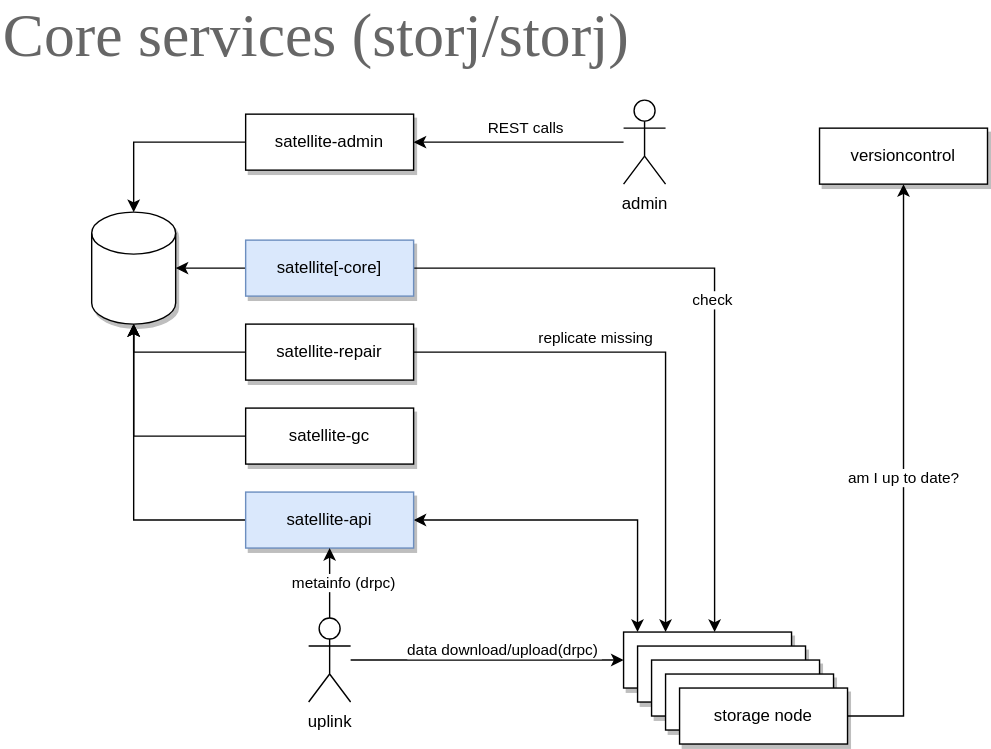
Earlier version of the draw.io export docs/core.svg (storj/illustrated). Source tidied: cells renumbered, new cells last; positions are measured from the earlier drawing's top-left corner, leaving out a move shared by most shapes.
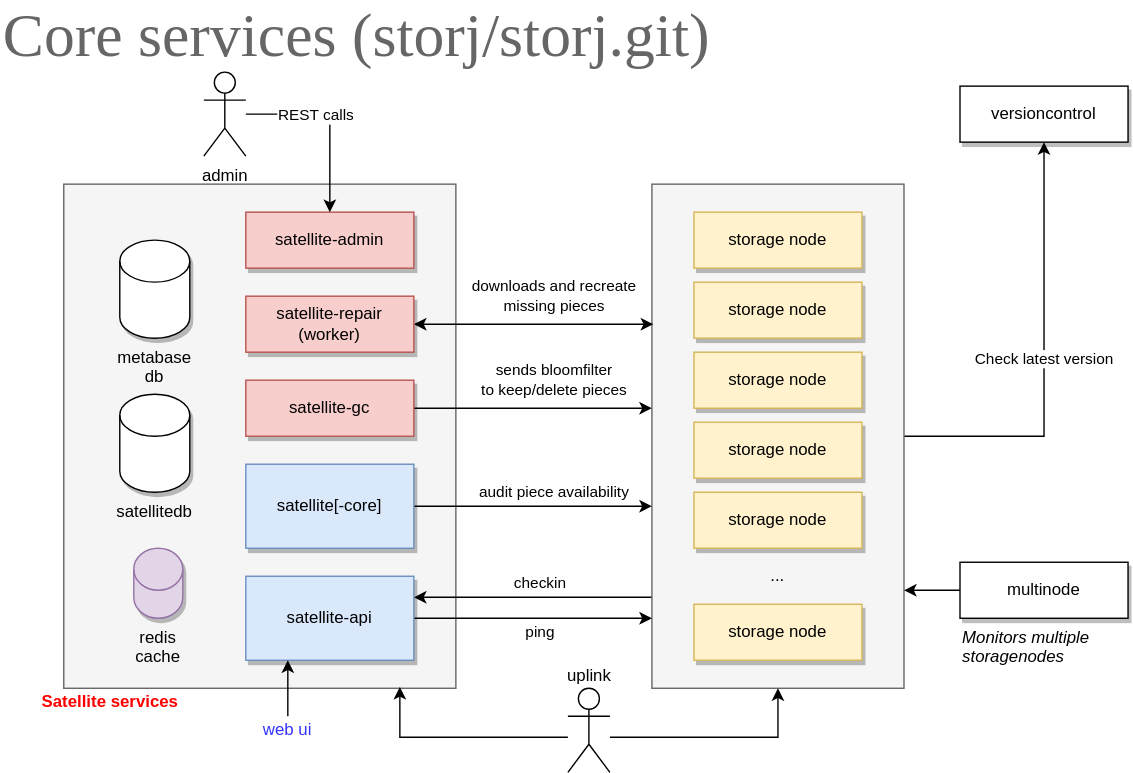
After the change.

Commit message:
satellite/api: separated satellite-api and improved satellite diagrams(#5)

Change to the diagram source:
```diff
@@ -2,94 +2,166 @@
   <root>
     <mxCell id="0" />
     <mxCell id="1" parent="0" />
-    <mxCell id="2" style="edgeStyle=orthogonalEdgeStyle;rounded=0;jettySize=auto;html=1;entryX=0.5;entryY=1;entryDx=0;entryDy=0;entryPerimeter=0;" parent="1" edge="1" source="4" target="19">
-      <mxGeometry relative="1" as="geometry" />
-    </mxCell>
-    <mxCell id="3" style="edgeStyle=orthogonalEdgeStyle;rounded=0;jettySize=auto;html=1;entryX=0.083;entryY=0;entryDx=0;entryDy=0;entryPerimeter=0;startArrow=classic;startFill=1;" parent="1" edge="1" source="4" target="10">
-      <mxGeometry relative="1" as="geometry" />
-    </mxCell>
+    <mxCell id="29" style="rounded=0;whiteSpace=wrap;html=1;verticalAlign=bottom;fillColor=#f5f5f5;strokeColor=#666666;fontColor=#333333;" parent="1" vertex="1">
+      <mxGeometry x="45" y="130" width="280" height="360" as="geometry" />
+    </mxCell>
+    <mxCell id="30" value="Check latest version" style="edgeStyle=orthogonalEdgeStyle;rounded=0;jettySize=auto;html=1;" parent="1" edge="1" source="32" target="22">
+      <mxGeometry relative="1" as="geometry">
+        <Array as="points">
+          <mxPoint x="745" y="310" />
+        </Array>
+      </mxGeometry>
+    </mxCell>
+    <mxCell id="31" value="checkin" style="edgeStyle=orthogonalEdgeStyle;rounded=0;jettySize=auto;html=1;entryX=1;entryY=0.25;entryDx=0;entryDy=0;" parent="1" edge="1" source="32" target="4">
+      <mxGeometry x="-0.06" y="-10" relative="1" as="geometry">
+        <Array as="points">
+          <mxPoint x="365" y="425" />
+          <mxPoint x="365" y="425" />
+        </Array>
+      </mxGeometry>
+    </mxCell>
+    <mxCell id="32" style="rounded=0;whiteSpace=wrap;html=1;verticalAlign=bottom;fillColor=#f5f5f5;strokeColor=#666666;fontColor=#333333;" parent="1" vertex="1">
+      <mxGeometry x="465" y="130" width="180" height="360" as="geometry" />
+    </mxCell>
+    <mxCell id="33" value="ping" style="edgeStyle=orthogonalEdgeStyle;rounded=0;jettySize=auto;html=1;" parent="1" edge="1" source="4" target="32">
+      <mxGeometry x="0.06" y="-10" relative="1" as="geometry">
+        <Array as="points">
+          <mxPoint x="425" y="440" />
+          <mxPoint x="425" y="440" />
+        </Array>
+      </mxGeometry>
+    </mxCell>
     <mxCell id="4" value="satellite-api" style="rounded=0;whiteSpace=wrap;html=1;shadow=1;fillColor=#dae8fc;strokeColor=#6c8ebf;" parent="1" vertex="1">
-      <mxGeometry x="175" y="350" width="120" height="40" as="geometry" />
+      <mxGeometry x="175" y="410" width="120" height="60" as="geometry" />
     </mxCell>
-    <mxCell id="5" style="edgeStyle=orthogonalEdgeStyle;rounded=0;jettySize=auto;html=1;entryX=1;entryY=0.5;entryDx=0;entryDy=0;entryPerimeter=0;" parent="1" edge="1" source="7" target="19">
-      <mxGeometry relative="1" as="geometry" />
-    </mxCell>
-    <mxCell id="6" value="check&amp;nbsp;" style="edgeStyle=orthogonalEdgeStyle;rounded=0;jettySize=auto;html=1;entryX=0.542;entryY=0;entryDx=0;entryDy=0;entryPerimeter=0;" parent="1" edge="1" source="7" target="10">
-      <mxGeometry relative="1" as="geometry" />
-    </mxCell>
+    <mxCell id="34" value="audit piece availability" style="edgeStyle=orthogonalEdgeStyle;rounded=0;jettySize=auto;html=1;fontColor=#000000;" parent="1" edge="1" source="7" target="32">
+      <mxGeometry x="0.18" y="10" relative="1" as="geometry">
+        <Array as="points">
+          <mxPoint x="425" y="360" />
+          <mxPoint x="425" y="360" />
+        </Array>
+      </mxGeometry>
+    </mxCell>
     <mxCell id="7" value="satellite[-core]" style="rounded=0;whiteSpace=wrap;html=1;shadow=1;fillColor=#dae8fc;strokeColor=#6c8ebf;" parent="1" vertex="1">
-      <mxGeometry x="175" y="170" width="120" height="40" as="geometry" />
+      <mxGeometry x="175" y="330" width="120" height="60" as="geometry" />
     </mxCell>
-    <mxCell id="8" style="edgeStyle=orthogonalEdgeStyle;rounded=0;jettySize=auto;html=1;entryX=0.5;entryY=0;entryDx=0;entryDy=0;entryPerimeter=0;" parent="1" edge="1" source="9" target="19">
-      <mxGeometry relative="1" as="geometry" />
-    </mxCell>
-    <mxCell id="9" value="satellite-admin" style="rounded=0;whiteSpace=wrap;html=1;shadow=1;" parent="1" vertex="1">
-      <mxGeometry x="175" y="80" width="120" height="40" as="geometry" />
+    <mxCell id="9" value="satellite-admin" style="rounded=0;whiteSpace=wrap;html=1;shadow=1;fillColor=#f8cecc;strokeColor=#b85450;" parent="1" vertex="1">
+      <mxGeometry x="175" y="150" width="120" height="40" as="geometry" />
     </mxCell>
-    <mxCell id="10" value="storage node" style="rounded=0;whiteSpace=wrap;html=1;shadow=1;" parent="1" vertex="1">
-      <mxGeometry x="445" y="450" width="120" height="40" as="geometry" />
+    <mxCell id="10" value="storage node" style="rounded=0;whiteSpace=wrap;html=1;shadow=1;fillColor=#fff2cc;strokeColor=#d6b656;" parent="1" vertex="1">
+      <mxGeometry x="495" y="300" width="120" height="40" as="geometry" />
     </mxCell>
-    <mxCell id="11" value="storage node" style="rounded=0;whiteSpace=wrap;html=1;shadow=1;" parent="1" vertex="1">
-      <mxGeometry x="455" y="460" width="120" height="40" as="geometry" />
+    <mxCell id="11" value="storage node" style="rounded=0;whiteSpace=wrap;html=1;shadow=1;fillColor=#fff2cc;strokeColor=#d6b656;" parent="1" vertex="1">
+      <mxGeometry x="495" y="250" width="120" height="40" as="geometry" />
     </mxCell>
-    <mxCell id="12" value="storage node" style="rounded=0;whiteSpace=wrap;html=1;shadow=1;" parent="1" vertex="1">
-      <mxGeometry x="465" y="470" width="120" height="40" as="geometry" />
+    <mxCell id="12" value="storage node" style="rounded=0;whiteSpace=wrap;html=1;shadow=1;fillColor=#fff2cc;strokeColor=#d6b656;" parent="1" vertex="1">
+      <mxGeometry x="495" y="200" width="120" height="40" as="geometry" />
     </mxCell>
-    <mxCell id="13" value="storage node" style="rounded=0;whiteSpace=wrap;html=1;shadow=1;" parent="1" vertex="1">
-      <mxGeometry x="475" y="480" width="120" height="40" as="geometry" />
+    <mxCell id="13" value="storage node" style="rounded=0;whiteSpace=wrap;html=1;shadow=1;fillColor=#fff2cc;strokeColor=#d6b656;" parent="1" vertex="1">
+      <mxGeometry x="495" y="150" width="120" height="40" as="geometry" />
     </mxCell>
-    <mxCell id="14" value="am I up to date?" style="edgeStyle=orthogonalEdgeStyle;rounded=0;jettySize=auto;html=1;" parent="1" edge="1" source="15" target="22">
-      <mxGeometry relative="1" as="geometry">
-        <Array as="points">
-          <mxPoint x="645" y="510" />
-        </Array>
-      </mxGeometry>
-    </mxCell>
-    <mxCell id="15" value="storage node" style="rounded=0;whiteSpace=wrap;html=1;shadow=1;" parent="1" vertex="1">
-      <mxGeometry x="485" y="490" width="120" height="40" as="geometry" />
-    </mxCell>
-    <mxCell id="16" value="metainfo (drpc)" style="edgeStyle=orthogonalEdgeStyle;rounded=0;jettySize=auto;html=1;" parent="1" edge="1" source="18" target="4">
-      <mxGeometry y="-10" relative="1" as="geometry" />
-    </mxCell>
-    <mxCell id="17" value="data download/upload(drpc)&amp;nbsp;" style="edgeStyle=orthogonalEdgeStyle;rounded=0;jettySize=auto;html=1;entryX=0;entryY=0.5;entryDx=0;entryDy=0;" parent="1" edge="1" source="18" target="10">
-      <mxGeometry x="0.13" y="7" relative="1" as="geometry" />
-    </mxCell>
+    <mxCell id="35" style="edgeStyle=orthogonalEdgeStyle;rounded=0;jettySize=auto;html=1;" parent="1" edge="1" source="18">
+      <mxGeometry relative="1" as="geometry">
+        <mxPoint x="285" y="489" as="targetPoint" />
+        <Array as="points">
+          <mxPoint x="285" y="525" />
+          <mxPoint x="285" y="489" />
+        </Array>
+      </mxGeometry>
+    </mxCell>
+    <mxCell id="36" style="edgeStyle=orthogonalEdgeStyle;rounded=0;jettySize=auto;html=1;" parent="1" edge="1" source="18" target="32">
+      <mxGeometry relative="1" as="geometry">
+        <Array as="points">
+          <mxPoint x="555" y="525" />
+        </Array>
+      </mxGeometry>
+    </mxCell>
-    <mxCell id="18" value="uplink" style="shape=umlActor;verticalLabelPosition=bottom;verticalAlign=top;html=1;outlineConnect=0;shadow=0;" parent="1" vertex="1">
-      <mxGeometry x="220" y="440" width="30" height="60" as="geometry" />
+    <mxCell id="18" value="uplink" style="shape=umlActor;verticalLabelPosition=top;verticalAlign=bottom;html=1;outlineConnect=0;shadow=0;labelPosition=center;align=center;" parent="1" vertex="1">
+      <mxGeometry x="405" y="490" width="30" height="60" as="geometry" />
     </mxCell>
-    <mxCell id="19" style="shape=cylinder3;whiteSpace=wrap;html=1;boundedLbl=1;backgroundOutline=1;size=15;shadow=1;" parent="1" vertex="1">
-      <mxGeometry x="65" y="150" width="60" height="80" as="geometry" />
+    <mxCell id="19" value="metabase db" style="shape=cylinder3;whiteSpace=wrap;html=1;boundedLbl=1;backgroundOutline=1;size=15;shadow=1;verticalAlign=top;labelPosition=center;verticalLabelPosition=bottom;align=center;" parent="1" vertex="1">
+      <mxGeometry x="85" y="170" width="50" height="70" as="geometry" />
     </mxCell>
     <mxCell id="20" value="REST calls" style="edgeStyle=orthogonalEdgeStyle;rounded=0;jettySize=auto;html=1;" parent="1" edge="1" source="21" target="9">
-      <mxGeometry x="-0.07" y="-10" relative="1" as="geometry" />
+      <mxGeometry x="-0.07" y="-10" relative="1" as="geometry">
+        <Array as="points">
+          <mxPoint x="235" y="80" />
+        </Array>
+      </mxGeometry>
     </mxCell>
     <mxCell id="21" value="admin" style="shape=umlActor;verticalLabelPosition=bottom;verticalAlign=top;html=1;outlineConnect=0;shadow=0;" parent="1" vertex="1">
-      <mxGeometry x="445" y="70" width="30" height="60" as="geometry" />
+      <mxGeometry x="145" y="50" width="30" height="60" as="geometry" />
     </mxCell>
     <mxCell id="22" value="versioncontrol" style="rounded=0;whiteSpace=wrap;html=1;shadow=1;" parent="1" vertex="1">
-      <mxGeometry x="585" y="90" width="120" height="40" as="geometry" />
+      <mxGeometry x="685" y="60" width="120" height="40" as="geometry" />
     </mxCell>
-    <mxCell id="23" value="&lt;font style=&quot;font-size: 44px&quot; face=&quot;Montserrat&quot;&gt;Core services (storj/storj)&lt;/font&gt;" style="text;html=1;strokeColor=none;fillColor=none;align=left;verticalAlign=middle;whiteSpace=wrap;rounded=0;fontColor=#666666;" parent="1" vertex="1">
-      <mxGeometry width="594" height="50" as="geometry" />
+    <mxCell id="23" value="&lt;font style=&quot;font-size: 44px&quot; face=&quot;Montserrat&quot;&gt;Core services (storj/storj.git)&lt;/font&gt;" style="text;html=1;strokeColor=none;fillColor=none;align=left;verticalAlign=middle;whiteSpace=wrap;rounded=0;fontColor=#666666;" parent="1" vertex="1">
+      <mxGeometry width="635" height="50" as="geometry" />
     </mxCell>
-    <mxCell id="24" style="edgeStyle=orthogonalEdgeStyle;rounded=0;jettySize=auto;html=1;" parent="1" edge="1" source="26" target="19">
-      <mxGeometry relative="1" as="geometry">
-        <Array as="points">
-          <mxPoint x="95" y="250" />
-        </Array>
-      </mxGeometry>
-    </mxCell>
-    <mxCell id="25" value="replicate missing" style="edgeStyle=orthogonalEdgeStyle;rounded=0;jettySize=auto;html=1;entryX=0.25;entryY=0;entryDx=0;entryDy=0;" parent="1" edge="1" source="26" target="10">
-      <mxGeometry x="-0.32" y="10" relative="1" as="geometry" />
-    </mxCell>
+    <mxCell id="37" value="downloads and recreate &lt;br&gt;missing pieces" style="edgeStyle=orthogonalEdgeStyle;rounded=0;jettySize=auto;html=1;fontColor=#000000;startArrow=classic;startFill=1;" parent="1" edge="1" source="26">
+      <mxGeometry x="0.17" y="20" relative="1" as="geometry">
+        <mxPoint x="466" y="230" as="targetPoint" />
+        <Array as="points">
+          <mxPoint x="466" y="230" />
+        </Array>
+      </mxGeometry>
+    </mxCell>
-    <mxCell id="26" value="satellite-repair" style="rounded=0;whiteSpace=wrap;html=1;shadow=1;" parent="1" vertex="1">
-      <mxGeometry x="175" y="230" width="120" height="40" as="geometry" />
+    <mxCell id="26" value="satellite-repair&lt;br&gt;(worker)" style="rounded=0;whiteSpace=wrap;html=1;shadow=1;fillColor=#f8cecc;strokeColor=#b85450;" parent="1" vertex="1">
+      <mxGeometry x="175" y="210" width="120" height="40" as="geometry" />
     </mxCell>
-    <mxCell id="27" style="edgeStyle=orthogonalEdgeStyle;rounded=0;jettySize=auto;html=1;" parent="1" edge="1" source="28" target="19">
-      <mxGeometry relative="1" as="geometry" />
-    </mxCell>
+    <mxCell id="38" value="sends bloomfilter&lt;br&gt;to keep/delete pieces" style="edgeStyle=orthogonalEdgeStyle;rounded=0;jettySize=auto;html=1;fontColor=#000000;" parent="1" edge="1" source="28" target="32">
+      <mxGeometry x="0.18" y="20" relative="1" as="geometry">
+        <Array as="points">
+          <mxPoint x="425" y="290" />
+          <mxPoint x="425" y="290" />
+        </Array>
+      </mxGeometry>
+    </mxCell>
-    <mxCell id="28" value="satellite-gc" style="rounded=0;whiteSpace=wrap;html=1;shadow=1;" parent="1" vertex="1">
-      <mxGeometry x="175" y="290" width="120" height="40" as="geometry" />
+    <mxCell id="28" value="satellite-gc" style="rounded=0;whiteSpace=wrap;html=1;shadow=1;fillColor=#f8cecc;strokeColor=#b85450;" parent="1" vertex="1">
+      <mxGeometry x="175" y="270" width="120" height="40" as="geometry" />
     </mxCell>
+    <mxCell id="39" value="satellitedb" style="shape=cylinder3;whiteSpace=wrap;html=1;boundedLbl=1;backgroundOutline=1;size=15;shadow=1;verticalAlign=top;labelPosition=center;verticalLabelPosition=bottom;align=center;" parent="1" vertex="1">
+      <mxGeometry x="85" y="280" width="50" height="70" as="geometry" />
+    </mxCell>
+    <mxCell id="40" value="redis cache" style="shape=cylinder3;whiteSpace=wrap;html=1;boundedLbl=1;backgroundOutline=1;size=15;shadow=1;verticalAlign=top;labelPosition=center;verticalLabelPosition=bottom;align=center;fillColor=#e1d5e7;strokeColor=#9673a6;" parent="1" vertex="1">
+      <mxGeometry x="95" y="390" width="35" height="50" as="geometry" />
+    </mxCell>
+    <mxCell id="41" value="storage node" style="rounded=0;whiteSpace=wrap;html=1;shadow=1;fillColor=#fff2cc;strokeColor=#d6b656;" parent="1" vertex="1">
+      <mxGeometry x="495" y="350" width="120" height="40" as="geometry" />
+    </mxCell>
+    <mxCell id="42" value="storage node" style="rounded=0;whiteSpace=wrap;html=1;shadow=1;fillColor=#fff2cc;strokeColor=#d6b656;" parent="1" vertex="1">
+      <mxGeometry x="495" y="430" width="120" height="40" as="geometry" />
+    </mxCell>
+    <mxCell id="43" value="..." style="text;html=1;strokeColor=none;fillColor=none;align=center;verticalAlign=middle;whiteSpace=wrap;rounded=0;" parent="1" vertex="1">
+      <mxGeometry x="535" y="400" width="40" height="20" as="geometry" />
+    </mxCell>
+    <mxCell id="44" value="Satellite services&amp;nbsp;" style="text;html=1;align=center;verticalAlign=middle;whiteSpace=wrap;rounded=0;fontStyle=1;fontColor=#FF0000;" parent="1" vertex="1">
+      <mxGeometry x="25" y="490" width="110" height="20" as="geometry" />
+    </mxCell>
+    <mxCell id="45" style="edgeStyle=orthogonalEdgeStyle;rounded=0;jettySize=auto;html=1;fontColor=#FF0000;" parent="1" edge="1" source="46" target="32">
+      <mxGeometry relative="1" as="geometry">
+        <Array as="points">
+          <mxPoint x="655" y="420" />
+          <mxPoint x="655" y="420" />
+        </Array>
+      </mxGeometry>
+    </mxCell>
+    <mxCell id="46" value="multinode" style="rounded=0;whiteSpace=wrap;html=1;shadow=1;" parent="1" vertex="1">
+      <mxGeometry x="685" y="400" width="120" height="40" as="geometry" />
+    </mxCell>
+    <mxCell id="47" value="Monitors multiple storagenodes" style="text;html=1;strokeColor=none;fillColor=none;align=left;verticalAlign=top;whiteSpace=wrap;rounded=0;fontStyle=2;" parent="1" vertex="1">
+      <mxGeometry x="685" y="440" width="100" height="40" as="geometry" />
+    </mxCell>
+    <mxCell id="48" style="edgeStyle=orthogonalEdgeStyle;rounded=0;jettySize=auto;html=1;fontColor=#000000;" parent="1" edge="1" source="49" target="4">
+      <mxGeometry relative="1" as="geometry">
+        <Array as="points">
+          <mxPoint x="205" y="480" />
+          <mxPoint x="205" y="480" />
+        </Array>
+      </mxGeometry>
+    </mxCell>
+    <mxCell id="49" value="web ui" style="text;html=1;strokeColor=none;fillColor=none;align=center;verticalAlign=middle;whiteSpace=wrap;rounded=0;fontColor=#3333FF;" parent="1" vertex="1">
+      <mxGeometry x="185" y="510" width="40" height="20" as="geometry" />
+    </mxCell>
   </root>
 </mxGraphModel>
```
